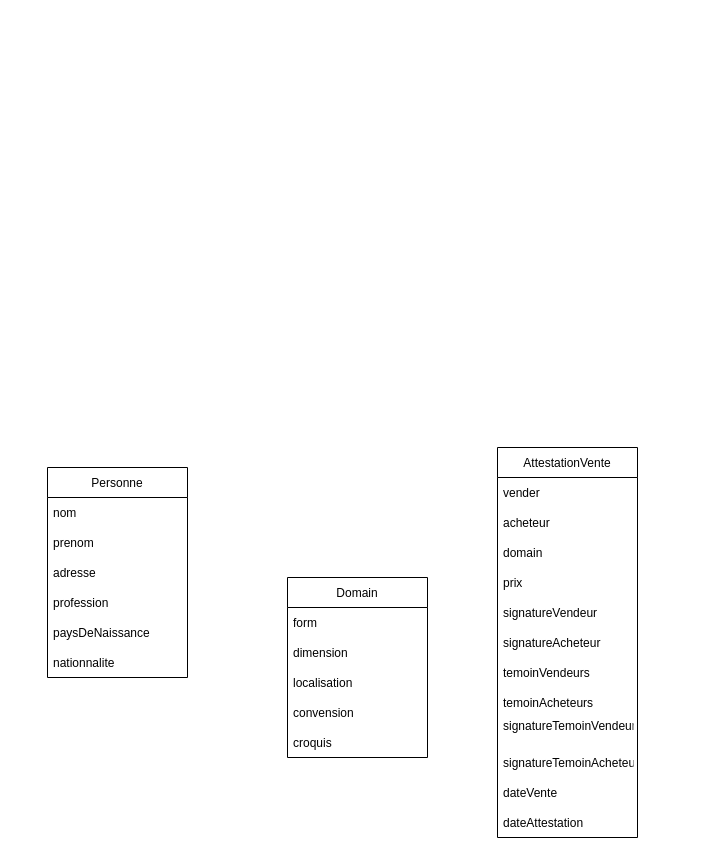
The draw.io diagram src/main/resources/Untitled Diagram.drawio in mahugnon/blockchain, before the edit. Source tidied: cells renumbered, new cells numbered last; positions are measured from the earlier drawing's top-left corner, leaving out a move shared by most shapes. Both pictures are drawn from the tidied source at 100%, with x=0, y=0 at pixel (47, 447).
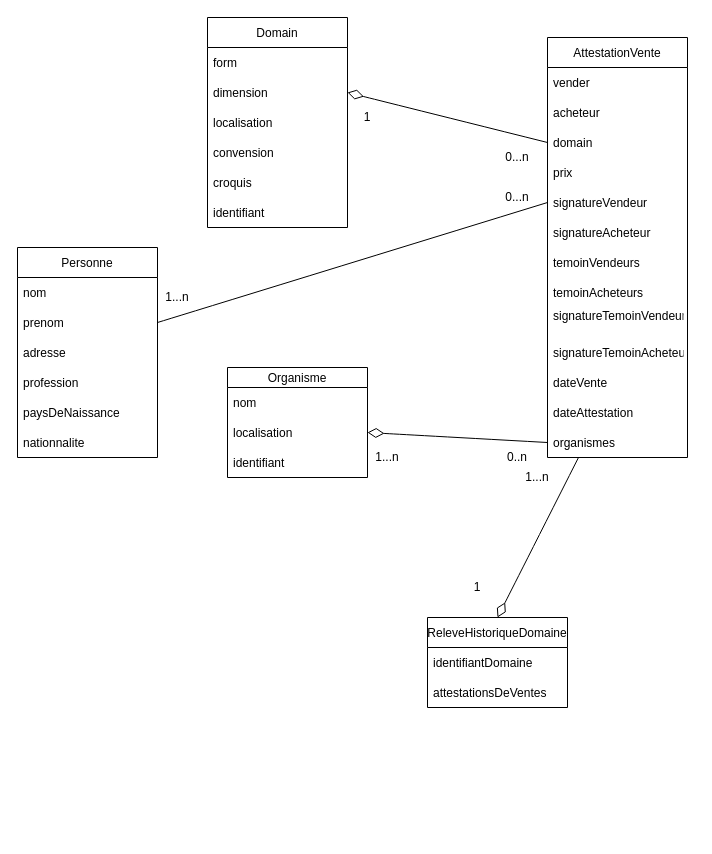
The same page after the edit.

Unchanged cells that the change refers to:
```xml
<mxCell id="4" value="dimension" style="text;strokeColor=none;fillColor=none;align=left;verticalAlign=middle;spacingLeft=4;spacingRight=4;overflow=hidden;points=[[0,0.5],[1,0.5]];portConstraint=eastwest;" parent="2" vertex="1">
  <mxGeometry y="60" width="140" height="30" as="geometry" />
</mxCell>
<mxCell id="11" value="domain" style="text;strokeColor=none;fillColor=none;align=left;verticalAlign=middle;spacingLeft=4;spacingRight=4;overflow=hidden;points=[[0,0.5],[1,0.5]];portConstraint=eastwest;" parent="8" vertex="1">
  <mxGeometry y="90" width="140" height="30" as="geometry" />
</mxCell>
<mxCell id="13" value="signatureVendeur" style="text;strokeColor=none;fillColor=none;align=left;verticalAlign=middle;spacingLeft=4;spacingRight=4;overflow=hidden;points=[[0,0.5],[1,0.5]];portConstraint=eastwest;" parent="8" vertex="1">
  <mxGeometry y="150" width="140" height="30" as="geometry" />
</mxCell>
<mxCell id="23" value="prenom" style="text;strokeColor=none;fillColor=none;align=left;verticalAlign=middle;spacingLeft=4;spacingRight=4;overflow=hidden;points=[[0,0.5],[1,0.5]];portConstraint=eastwest;" parent="21" vertex="1">
  <mxGeometry y="60" width="140" height="30" as="geometry" />
</mxCell>
```

Change to the diagram source:
```diff
@@
+    <mxCell id="28" style="group;" parent="1" vertex="1">
+      <mxGeometry x="-30" y="-430" width="670" height="690" as="geometry" />
+    </mxCell>
-    <mxCell id="2" value="Domain" style="swimlane;fontStyle=0;horizontal=1;startSize=30;hachureGap=4;" parent="1" vertex="1">
-      <mxGeometry x="240" y="130" width="140" height="180" as="geometry" />
+    <mxCell id="2" value="Domain" style="swimlane;fontStyle=0;horizontal=1;startSize=30;hachureGap=4;" parent="28" vertex="1">
+      <mxGeometry x="190" width="140" height="210" as="geometry" />
     </mxCell>
@@
+    <mxCell id="29" value="identifiant" style="text;strokeColor=none;fillColor=none;align=left;verticalAlign=middle;spacingLeft=4;spacingRight=4;overflow=hidden;" parent="2" vertex="1">
+      <mxGeometry y="180" width="140" height="30" as="geometry" />
+    </mxCell>
-    <mxCell id="8" value="AttestationVente" style="swimlane;fontStyle=0;horizontal=1;startSize=30;hachureGap=4;" parent="1" vertex="1">
-      <mxGeometry x="450" width="140" height="390" as="geometry" />
+    <mxCell id="8" value="AttestationVente" style="swimlane;fontStyle=0;horizontal=1;startSize=30;hachureGap=4;" parent="28" vertex="1">
+      <mxGeometry x="530" y="20" width="140" height="420" as="geometry" />
     </mxCell>
@@
+    <mxCell id="30" value="organismes" style="text;strokeColor=none;fillColor=none;align=left;verticalAlign=middle;spacingLeft=4;spacingRight=4;overflow=hidden;points=[[0,0.5],[1,0.5]];portConstraint=eastwest;" parent="8" vertex="1">
+      <mxGeometry y="390" width="140" height="30" as="geometry" />
+    </mxCell>
-    <mxCell id="21" value="Personne" style="swimlane;fontStyle=0;horizontal=1;startSize=30;hachureGap=4;" parent="1" vertex="1">
-      <mxGeometry y="20" width="140" height="210" as="geometry" />
+    <mxCell id="21" value="Personne" style="swimlane;fontStyle=0;horizontal=1;startSize=30;hachureGap=4;" parent="28" vertex="1">
+      <mxGeometry y="230" width="140" height="210" as="geometry" />
     </mxCell>
@@
+    <mxCell id="31" style="edgeStyle=none;curved=1;rounded=0;jettySize=auto;html=1;exitX=0.5;exitY=0;exitDx=0;exitDy=0;entryX=0.22;entryY=1.013;entryDx=0;entryDy=0;entryPerimeter=0;startArrow=diamondThin;startFill=0;endArrow=none;endFill=0;startSize=14;endSize=14;sourcePerimeterSpacing=8;targetPerimeterSpacing=8;" parent="28" edge="1" source="32" target="30">
+      <mxGeometry relative="1" as="geometry" />
+    </mxCell>
+    <mxCell id="32" value="ReleveHistoriqueDomaine" style="swimlane;fontStyle=0;horizontal=1;startSize=30;hachureGap=4;" parent="28" vertex="1">
+      <mxGeometry x="410" y="600" width="140" height="90" as="geometry" />
+    </mxCell>
+    <mxCell id="33" value="identifiantDomaine" style="text;strokeColor=none;fillColor=none;align=left;verticalAlign=middle;spacingLeft=4;spacingRight=4;overflow=hidden;" parent="32" vertex="1">
+      <mxGeometry y="30" width="140" height="30" as="geometry" />
+    </mxCell>
+    <mxCell id="34" value="attestationsDeVentes" style="text;strokeColor=none;fillColor=none;align=left;verticalAlign=middle;spacingLeft=4;spacingRight=4;overflow=hidden;" parent="32" vertex="1">
+      <mxGeometry y="60" width="140" height="30" as="geometry" />
+    </mxCell>
+    <mxCell id="35" value="Organisme" style="swimlane;fontStyle=0;horizontal=1;startSize=20;hachureGap=4;" parent="28" vertex="1">
+      <mxGeometry x="210" y="350" width="140" height="110" as="geometry" />
+    </mxCell>
+    <mxCell id="36" value="nom" style="text;strokeColor=none;fillColor=none;align=left;verticalAlign=middle;spacingLeft=4;spacingRight=4;overflow=hidden;" parent="35" vertex="1">
+      <mxGeometry y="20" width="140" height="30" as="geometry" />
+    </mxCell>
+    <mxCell id="37" value="localisation" style="text;strokeColor=none;fillColor=none;align=left;verticalAlign=middle;spacingLeft=4;spacingRight=4;overflow=hidden;points=[[0,0.5],[1,0.5]];portConstraint=eastwest;" parent="35" vertex="1">
+      <mxGeometry y="50" width="140" height="30" as="geometry" />
+    </mxCell>
+    <mxCell id="38" value="identifiant" style="text;strokeColor=none;fillColor=none;align=left;verticalAlign=middle;spacingLeft=4;spacingRight=4;overflow=hidden;" parent="35" vertex="1">
+      <mxGeometry y="80" width="140" height="30" as="geometry" />
+    </mxCell>
+    <mxCell id="39" style="edgeStyle=none;curved=1;rounded=0;jettySize=auto;html=1;exitX=1;exitY=0.5;exitDx=0;exitDy=0;endArrow=none;startSize=14;endSize=14;sourcePerimeterSpacing=8;targetPerimeterSpacing=8;endFill=0;startArrow=diamondThin;startFill=0;entryX=0;entryY=0.5;entryDx=0;entryDy=0;" parent="28" edge="1" source="37" target="30">
+      <mxGeometry relative="1" as="geometry" />
+    </mxCell>
+    <mxCell id="40" value="1...n" style="text;html=1;strokeColor=none;fillColor=none;align=center;verticalAlign=middle;whiteSpace=wrap;rounded=0;hachureGap=4;" parent="28" vertex="1">
+      <mxGeometry x="350" y="430" width="40" height="20" as="geometry" />
+    </mxCell>
+    <mxCell id="41" value="0..n" style="text;html=1;strokeColor=none;fillColor=none;align=center;verticalAlign=middle;whiteSpace=wrap;rounded=0;hachureGap=4;" parent="28" vertex="1">
+      <mxGeometry x="480" y="430" width="40" height="20" as="geometry" />
+    </mxCell>
+    <mxCell id="42" style="edgeStyle=none;curved=1;rounded=0;jettySize=auto;html=1;exitX=1;exitY=0.5;exitDx=0;exitDy=0;startArrow=diamondThin;startFill=0;endArrow=none;endFill=0;startSize=14;endSize=14;sourcePerimeterSpacing=8;targetPerimeterSpacing=8;entryX=0;entryY=0.5;entryDx=0;entryDy=0;" parent="28" edge="1" source="4" target="11">
+      <mxGeometry relative="1" as="geometry" />
+    </mxCell>
+    <mxCell id="43" value="0...n" style="text;html=1;strokeColor=none;fillColor=none;align=center;verticalAlign=middle;whiteSpace=wrap;rounded=0;hachureGap=4;" parent="28" vertex="1">
+      <mxGeometry x="480" y="130" width="40" height="20" as="geometry" />
+    </mxCell>
+    <mxCell id="44" value="1" style="text;html=1;strokeColor=none;fillColor=none;align=center;verticalAlign=middle;whiteSpace=wrap;rounded=0;hachureGap=4;" parent="28" vertex="1">
+      <mxGeometry x="330" y="90" width="40" height="20" as="geometry" />
+    </mxCell>
+    <mxCell id="45" value="1" style="text;html=1;strokeColor=none;fillColor=none;align=center;verticalAlign=middle;whiteSpace=wrap;rounded=0;hachureGap=4;" parent="28" vertex="1">
+      <mxGeometry x="440" y="560" width="40" height="20" as="geometry" />
+    </mxCell>
+    <mxCell id="46" value="1...n" style="text;html=1;strokeColor=none;fillColor=none;align=center;verticalAlign=middle;whiteSpace=wrap;rounded=0;hachureGap=4;" parent="28" vertex="1">
+      <mxGeometry x="500" y="450" width="40" height="20" as="geometry" />
+    </mxCell>
+    <mxCell id="47" style="edgeStyle=none;curved=1;rounded=0;jettySize=auto;html=1;exitX=1;exitY=0.5;exitDx=0;exitDy=0;entryX=0;entryY=0.5;entryDx=0;entryDy=0;startArrow=none;startFill=0;endArrow=none;endFill=0;startSize=14;endSize=14;sourcePerimeterSpacing=8;targetPerimeterSpacing=8;" parent="28" edge="1" source="23" target="13">
+      <mxGeometry relative="1" as="geometry" />
+    </mxCell>
+    <mxCell id="48" value="1...n" style="text;html=1;strokeColor=none;fillColor=none;align=center;verticalAlign=middle;whiteSpace=wrap;rounded=0;hachureGap=4;" parent="28" vertex="1">
+      <mxGeometry x="140" y="270" width="40" height="20" as="geometry" />
+    </mxCell>
+    <mxCell id="49" value="0...n" style="text;html=1;strokeColor=none;fillColor=none;align=center;verticalAlign=middle;whiteSpace=wrap;rounded=0;hachureGap=4;" parent="28" vertex="1">
+      <mxGeometry x="480" y="170" width="40" height="20" as="geometry" />
+    </mxCell>
```
